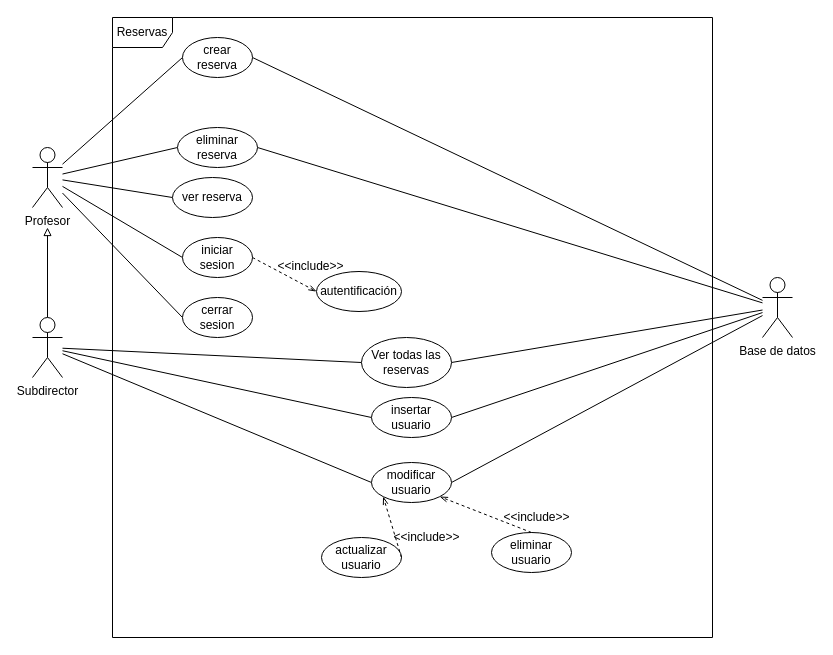
Before: Diagramas/DiagramaCasosDeUso.drawio in juanjesusrv/Proyecto-php, a draw.io diagram. Source tidied: cells renumbered, new cells numbered last; positions are measured from the earlier drawing's top-left corner, leaving out a move shared by most shapes. Both pictures are drawn from the tidied source at 100%, with x=0, y=0 at pixel (32, 17).
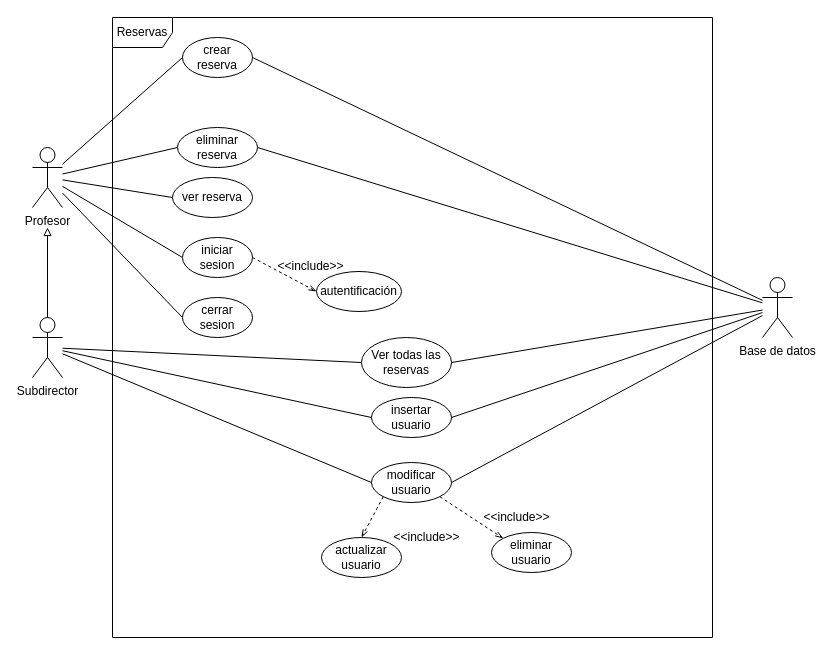
Above is the later version.

Commit message (it also covers changes not shown here):
diagrama de casos de uso

The change refers to these unchanged cells:
```xml
<mxCell id="25" value="eliminar usuario" style="ellipse;whiteSpace=wrap;html=1;" parent="1" vertex="1">
  <mxGeometry x="459" y="515" width="80" height="40" as="geometry" />
</mxCell>
<mxCell id="26" value="actualizar usuario" style="ellipse;whiteSpace=wrap;html=1;" parent="1" vertex="1">
  <mxGeometry x="289" y="520" width="80" height="40" as="geometry" />
</mxCell>
<mxCell id="27" value="modificar usuario" style="ellipse;whiteSpace=wrap;html=1;" parent="1" vertex="1">
  <mxGeometry x="339" y="445" width="80" height="40" as="geometry" />
</mxCell>
```

Diff of the diagram source:
```diff
@@
-    <mxCell id="28" style="rounded=0;jettySize=auto;html=1;entryX=1;entryY=1;entryDx=0;entryDy=0;dashed=1;endArrow=openThin;endFill=0;exitX=0.5;exitY=0;exitDx=0;exitDy=0;" parent="1" edge="1" source="25" target="27">
+    <mxCell id="28" style="rounded=0;jettySize=auto;html=1;entryX=0;entryY=0;entryDx=0;entryDy=0;dashed=1;endArrow=openThin;endFill=0;exitX=1;exitY=1;exitDx=0;exitDy=0;" parent="1" edge="1" source="27" target="25">
       <mxGeometry relative="1" as="geometry" />
     </mxCell>
-    <mxCell id="29" style="rounded=0;jettySize=auto;html=1;entryX=0;entryY=1;entryDx=0;entryDy=0;dashed=1;endArrow=openThin;endFill=0;exitX=1;exitY=0.5;exitDx=0;exitDy=0;" parent="1" edge="1" source="26" target="27">
+    <mxCell id="29" style="rounded=0;jettySize=auto;html=1;entryX=0.5;entryY=0;entryDx=0;entryDy=0;dashed=1;endArrow=openThin;endFill=0;exitX=0;exitY=1;exitDx=0;exitDy=0;" parent="1" edge="1" source="27" target="26">
       <mxGeometry relative="1" as="geometry" />
     </mxCell>
@@
     <mxCell id="31" value="&amp;lt;&amp;lt;include&amp;gt;&amp;gt;" style="text;html=1;align=center;verticalAlign=middle;strokeColor=none;fillColor=none;" parent="1" vertex="1">
-      <mxGeometry x="459" y="485" width="90" height="30" as="geometry" />
+      <mxGeometry x="439" y="485" width="90" height="30" as="geometry" />
     </mxCell>
```
